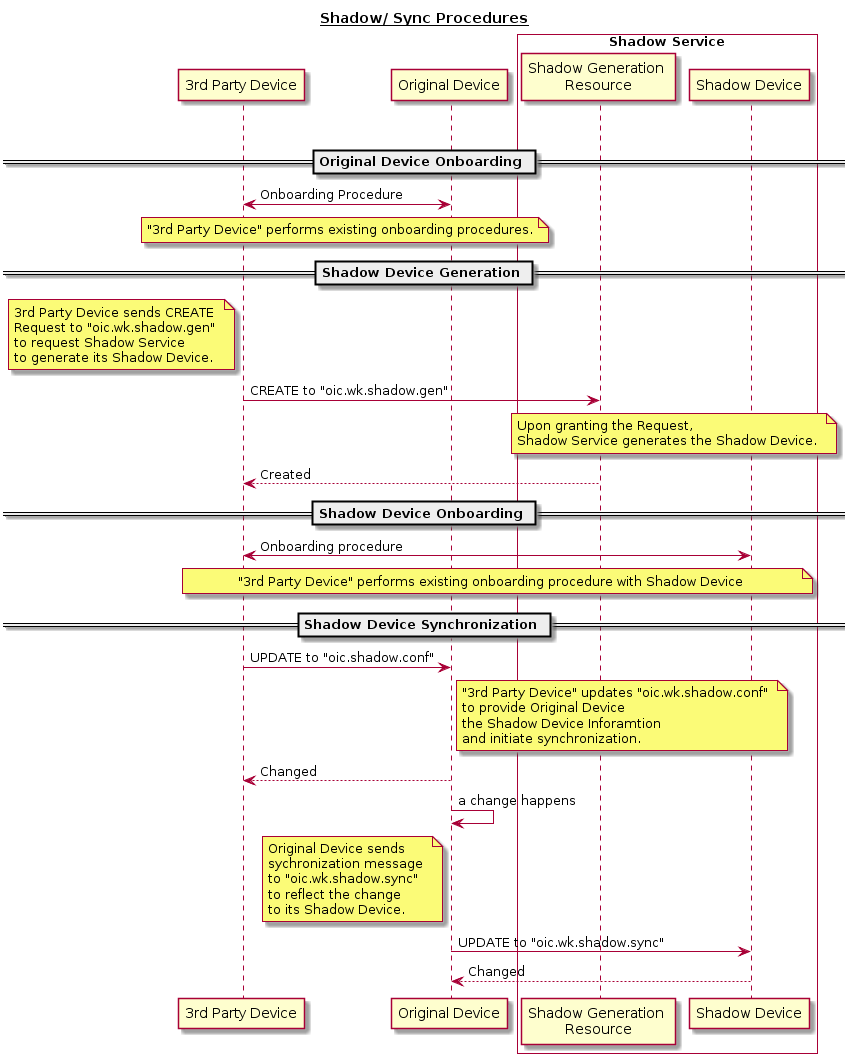
The PlantUML diagram fig0 Shadow Sync Procedures.png in jinchoe/ShadowSync, before a commit. Its diagram source:
```plantuml
@startuml
title __Shadow/ Sync Procedures__

|||

participant "3rd Party Device"
participant "Original Device"
participant "Shadow Generation \nResource"
participant "Shadow Device"
box "Shadow Service" #White
participant "Shadow Generation \nResource"
participant "Shadow Device"
end box

== Original Device Onboarding ==

"3rd Party Device" <-> "Original Device": Onboarding Procedure

note over "3rd Party Device", "Original Device": "3rd Party Device" performs existing onboarding procedures.

== Shadow Device Generation ==

note left of "3rd Party Device"
3rd Party Device sends CREATE
Request to "oic.wk.shadow.gen"
to request Shadow Service
to generate its Shadow Device.
endnote

"3rd Party Device" -> "Shadow Generation \nResource": CREATE to "oic.wk.shadow.gen"


note over "Shadow Generation \nResource", "Shadow Device"
Upon granting the Request,
Shadow Service generates the Shadow Device.
endnote

"Shadow Generation \nResource" --> "3rd Party Device": Created

== Shadow Device Onboarding ==

"3rd Party Device" <-> "Shadow Device": Onboarding procedure

note over "3rd Party Device", "Shadow Device"
"3rd Party Device" performs existing onboarding procedure with Shadow Device
endnote

== Shadow Device Synchronization ==

"3rd Party Device" -> "Original Device": UPDATE to "oic.shadow.conf"

note right of "Original Device"
"3rd Party Device" updates "oic.wk.shadow.conf"
to provide Original Device
the Shadow Device Inforamtion
and initiate synchronization.
endnote

"Original Device" --> "3rd Party Device": Changed


"Original Device" -> "Original Device": a change happens

note left of "Original Device"
Original Device sends
sychronization message
to "oic.wk.shadow.sync"
to reflect the change
to its Shadow Device.
endnote

"Original Device" -> "Shadow Device": UPDATE to "oic.wk.shadow.sync"

"Shadow Device" --> "Original Device": Changed
@enduml
```
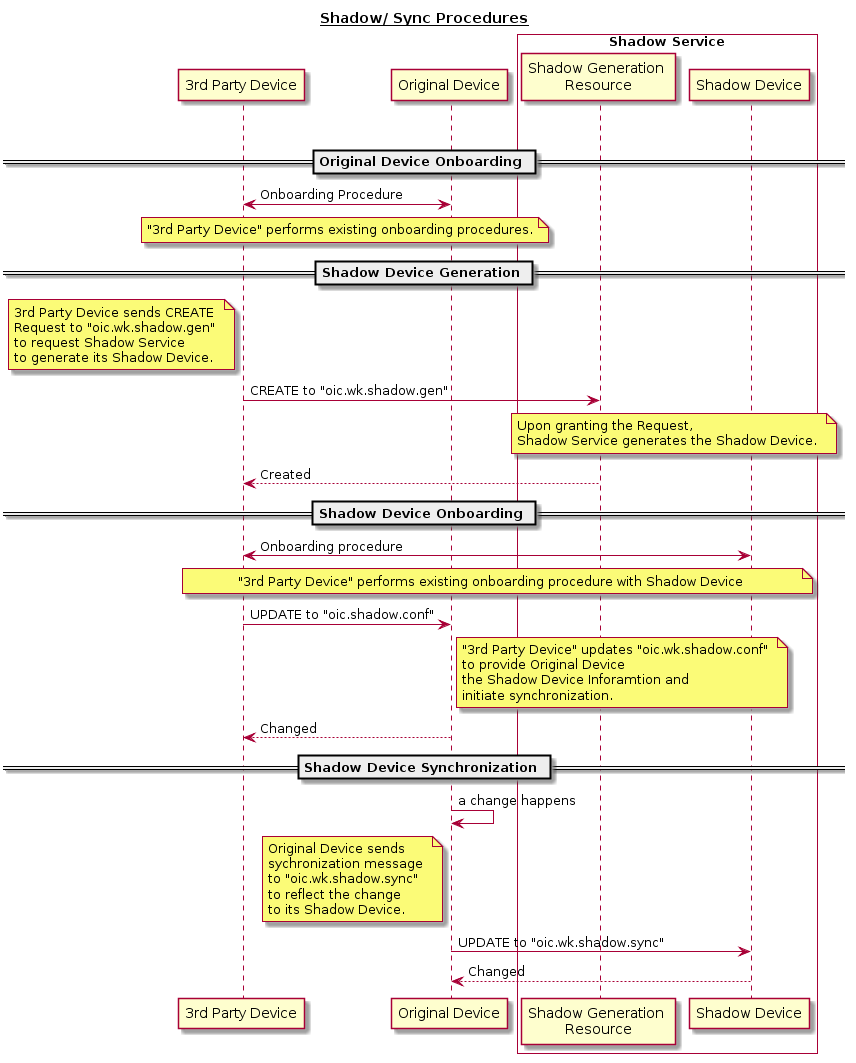
After the change.

What changed in the source:
```diff
@@ -45,19 +45,18 @@
 "3rd Party Device" performs existing onboarding procedure with Shadow Device
 endnote
 
-== Shadow Device Synchronization ==
-
 "3rd Party Device" -> "Original Device": UPDATE to "oic.shadow.conf"
 
 note right of "Original Device"
 "3rd Party Device" updates "oic.wk.shadow.conf"
 to provide Original Device
-the Shadow Device Inforamtion
-and initiate synchronization.
+the Shadow Device Inforamtion and
+initiate synchronization.
 endnote
 
 "Original Device" --> "3rd Party Device": Changed
 
+== Shadow Device Synchronization ==
 
 "Original Device" -> "Original Device": a change happens
 
```
